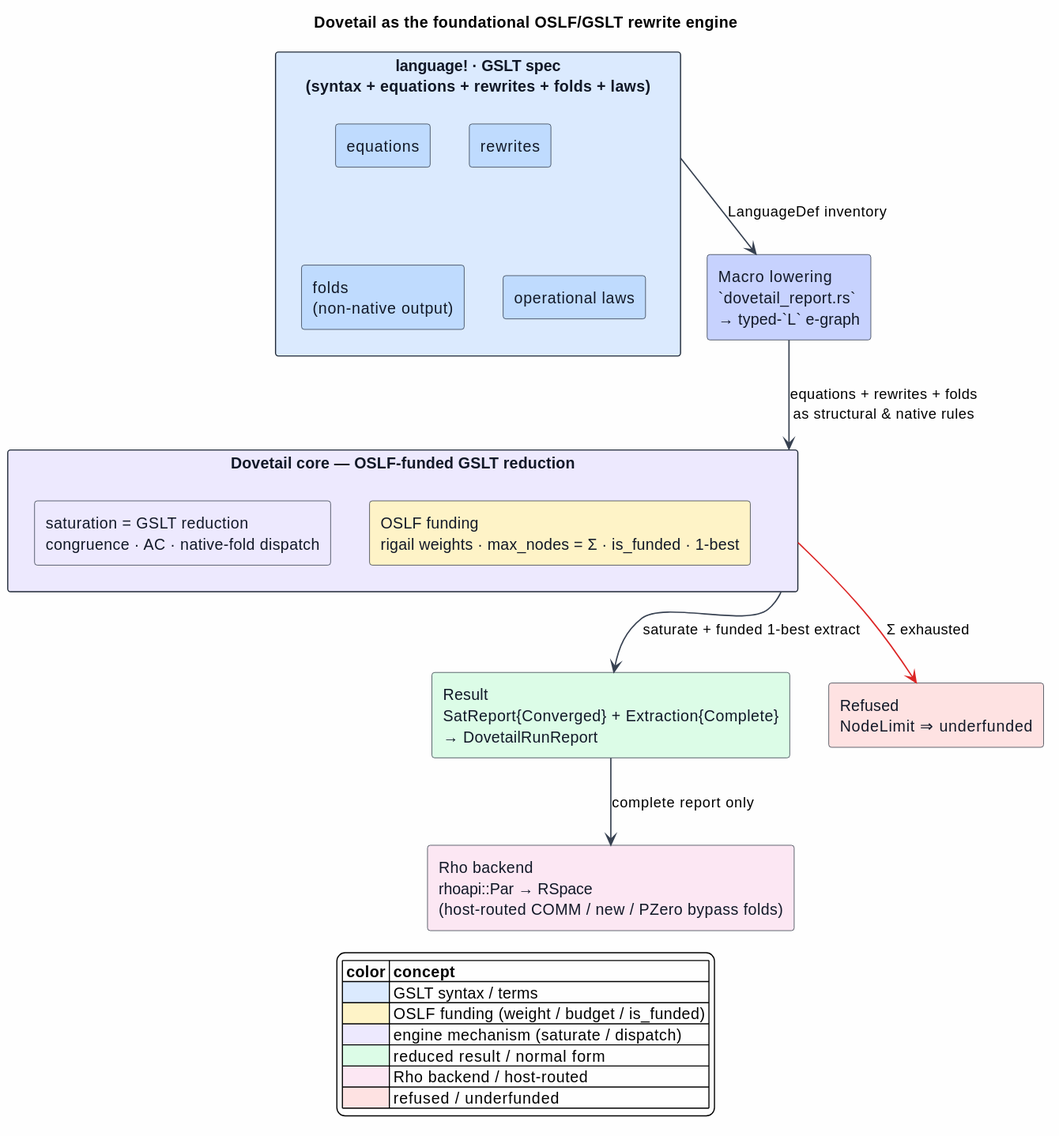
The PlantUML diagram docs/design/dovetail-engine/figures/12-dovetail-oslf-gslt-engine.svg in F1R3FLY-io/mettail-rust, before a commit. Its diagram source:
```plantuml
@startuml
title Dovetail as the foundational OSLF/GSLT rewrite engine

skinparam backgroundColor #FEFEFE
skinparam shadowing false
skinparam ArrowColor #374151
skinparam ArrowThickness 1.2
skinparam componentStyle rectangle
skinparam rectangle {
  BorderColor #1F2937
  FontColor #111827
}

rectangle "language! · GSLT spec\n(syntax + equations + rewrites + folds + laws)" as GSLT #DBEAFE {
  rectangle "equations" as EQ #BFDBFE
  rectangle "rewrites" as RW #BFDBFE
  rectangle "folds\n(non-native output)" as FD #BFDBFE
  rectangle "operational laws" as OL #BFDBFE
}

rectangle "Macro lowering\n`dovetail_report.rs`\n→ typed-`L` e-graph" as LOWER #C7D2FE

rectangle "Dovetail core — OSLF-funded GSLT reduction" as CORE #EDE9FE {
  rectangle "saturation = GSLT reduction\ncongruence · AC · native-fold dispatch" as SAT #EDE9FE
  rectangle "OSLF funding\nrigail weights · max_nodes = Σ · is_funded · 1-best" as FUND #FEF3C7
}

rectangle "Result\nSatReport{Converged} + Extraction{Complete}\n→ DovetailRunReport" as RESULT #DCFCE7
rectangle "Rho backend\nrhoapi::Par → RSpace\n(host-routed COMM / new / PZero bypass folds)" as RHO #FCE7F3
rectangle "Refused\nNodeLimit ⇒ underfunded" as REF #FEE2E2

GSLT --> LOWER : LanguageDef inventory
LOWER --> CORE : equations + rewrites + folds\nas structural & native rules
CORE --> RESULT : saturate + funded 1-best extract
RESULT --> RHO : complete report only
CORE -[#DC2626]-> REF : Σ exhausted

legend bottom
  |= color |= concept |
  |<#DBEAFE>| GSLT syntax / terms |
  |<#FEF3C7>| OSLF funding (weight / budget / is_funded) |
  |<#EDE9FE>| engine mechanism (saturate / dispatch) |
  |<#DCFCE7>| reduced result / normal form |
  |<#FCE7F3>| Rho backend / host-routed |
  |<#FEE2E2>| refused / underfunded |
endlegend
@enduml
```
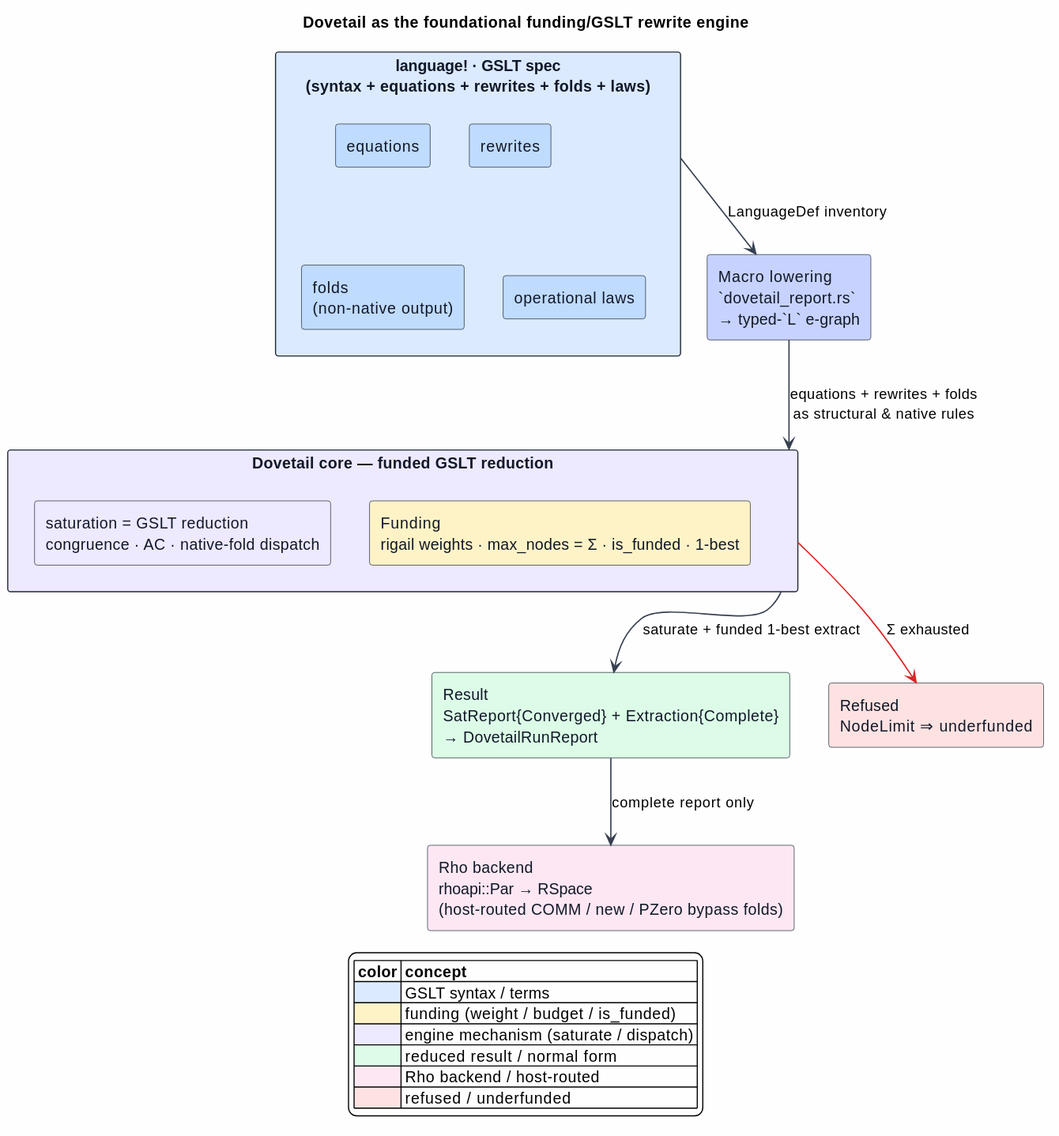
The same file after the commit.

Diff of the diagram source:
```diff
@@ -1,5 +1,5 @@
 @startuml
-title Dovetail as the foundational OSLF/GSLT rewrite engine
+title Dovetail as the foundational funding/GSLT rewrite engine
 
 skinparam backgroundColor #FEFEFE
 skinparam shadowing false
@@ -20,9 +20,9 @@
 
 rectangle "Macro lowering\n`dovetail_report.rs`\n→ typed-`L` e-graph" as LOWER #C7D2FE
 
-rectangle "Dovetail core — OSLF-funded GSLT reduction" as CORE #EDE9FE {
+rectangle "Dovetail core — funded GSLT reduction" as CORE #EDE9FE {
   rectangle "saturation = GSLT reduction\ncongruence · AC · native-fold dispatch" as SAT #EDE9FE
-  rectangle "OSLF funding\nrigail weights · max_nodes = Σ · is_funded · 1-best" as FUND #FEF3C7
+  rectangle "Funding\nrigail weights · max_nodes = Σ · is_funded · 1-best" as FUND #FEF3C7
 }
 
 rectangle "Result\nSatReport{Converged} + Extraction{Complete}\n→ DovetailRunReport" as RESULT #DCFCE7
@@ -38,7 +38,7 @@
 legend bottom
   |= color |= concept |
   |<#DBEAFE>| GSLT syntax / terms |
-  |<#FEF3C7>| OSLF funding (weight / budget / is_funded) |
+  |<#FEF3C7>| funding (weight / budget / is_funded) |
   |<#EDE9FE>| engine mechanism (saturate / dispatch) |
   |<#DCFCE7>| reduced result / normal form |
   |<#FCE7F3>| Rho backend / host-routed |
```
